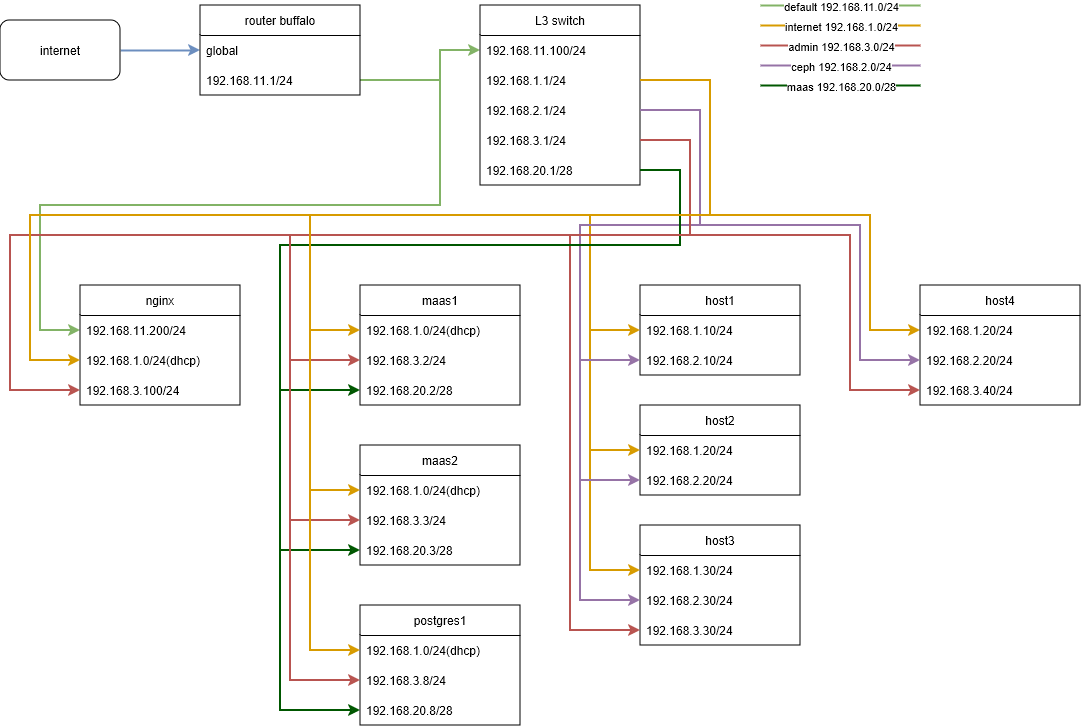
The draw.io diagram config/network.drawio.png in kigawa01/kigawa01, before a commit. Source tidied: cells renumbered, new cells last; positions are measured from the earlier drawing's top-left corner, leaving out a move shared by most shapes.
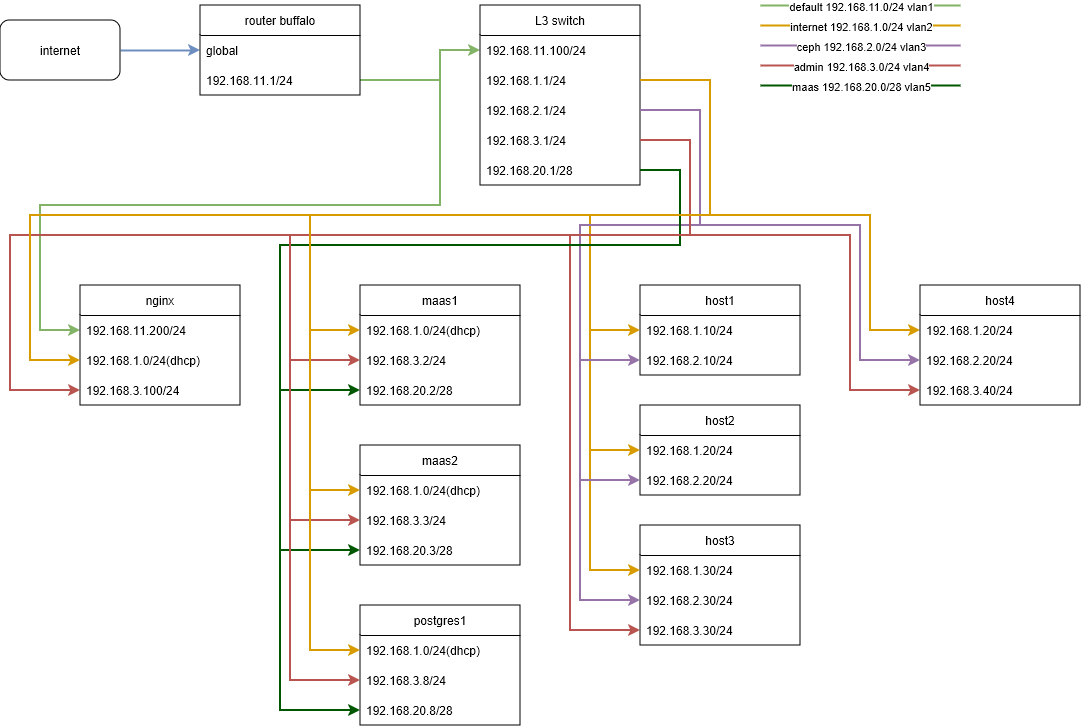
After the commit.

Commit message:
network.drawio.png を更新します

What changed in the source:
```diff
@@ -254,37 +254,37 @@
     <mxCell id="53" style="endArrow=none;html=1;rounded=0;fillColor=#d5e8d4;strokeColor=#82b366;strokeWidth=2;" parent="1" edge="1">
       <mxGeometry relative="1" as="geometry">
         <mxPoint x="760" as="sourcePoint" />
-        <mxPoint x="920" as="targetPoint" />
+        <mxPoint x="960" as="targetPoint" />
       </mxGeometry>
     </mxCell>
-    <mxCell id="54" value="default 192.168.11.0/24" style="edgeLabel;html=1;align=center;verticalAlign=middle;" parent="53" vertex="1">
+    <mxCell id="54" value="default 192.168.11.0/24 vlan1" style="edgeLabel;html=1;align=center;verticalAlign=middle;" parent="53" vertex="1">
       <mxGeometry y="-1" relative="1" as="geometry" />
     </mxCell>
     <mxCell id="55" style="endArrow=none;html=1;rounded=0;fillColor=#ffe6cc;strokeColor=#d79b00;strokeWidth=2;" parent="1" edge="1">
       <mxGeometry relative="1" as="geometry">
         <mxPoint x="760" y="20" as="sourcePoint" />
-        <mxPoint x="920" y="20" as="targetPoint" />
+        <mxPoint x="960" y="20" as="targetPoint" />
       </mxGeometry>
     </mxCell>
-    <mxCell id="56" value="internet 192.168.1.0/24" style="edgeLabel;html=1;align=center;verticalAlign=middle;" parent="55" vertex="1">
+    <mxCell id="56" value="internet 192.168.1.0/24 vlan2" style="edgeLabel;html=1;align=center;verticalAlign=middle;" parent="55" vertex="1">
       <mxGeometry y="-1" relative="1" as="geometry" />
     </mxCell>
     <mxCell id="57" style="endArrow=none;html=1;rounded=0;fillColor=#f8cecc;strokeColor=#b85450;strokeWidth=2;" parent="1" edge="1">
       <mxGeometry relative="1" as="geometry">
-        <mxPoint x="760" y="40" as="sourcePoint" />
-        <mxPoint x="920" y="40" as="targetPoint" />
+        <mxPoint x="760" y="60" as="sourcePoint" />
+        <mxPoint x="960" y="60" as="targetPoint" />
       </mxGeometry>
     </mxCell>
-    <mxCell id="58" value="admin 192.168.3.0/24" style="edgeLabel;html=1;align=center;verticalAlign=middle;" parent="57" vertex="1">
+    <mxCell id="58" value="admin 192.168.3.0/24 vlan4" style="edgeLabel;html=1;align=center;verticalAlign=middle;" parent="57" vertex="1">
       <mxGeometry y="-1" relative="1" as="geometry" />
     </mxCell>
     <mxCell id="59" style="endArrow=none;html=1;rounded=0;fillColor=#e1d5e7;strokeColor=#9673a6;strokeWidth=2;" parent="1" edge="1">
       <mxGeometry relative="1" as="geometry">
-        <mxPoint x="760" y="60" as="sourcePoint" />
-        <mxPoint x="920" y="60" as="targetPoint" />
+        <mxPoint x="760" y="40" as="sourcePoint" />
+        <mxPoint x="960" y="40" as="targetPoint" />
       </mxGeometry>
     </mxCell>
-    <mxCell id="60" value="ceph 192.168.2.0/24" style="edgeLabel;html=1;align=center;verticalAlign=middle;" parent="59" vertex="1">
+    <mxCell id="60" value="ceph 192.168.2.0/24 vlan3" style="edgeLabel;html=1;align=center;verticalAlign=middle;" parent="59" vertex="1">
       <mxGeometry y="-1" relative="1" as="geometry" />
     </mxCell>
     <mxCell id="61" style="edgeStyle=orthogonalEdgeStyle;rounded=0;jettySize=auto;html=1;exitX=1;exitY=0.5;exitDx=0;exitDy=0;entryX=0;entryY=0.5;entryDx=0;entryDy=0;fillColor=#f8cecc;strokeColor=#b85450;strokeWidth=2;" parent="1" edge="1" source="14" target="40">
@@ -330,10 +330,10 @@
     <mxCell id="65" style="endArrow=none;html=1;rounded=0;fillColor=#008a00;strokeColor=#005700;strokeWidth=2;" parent="1" edge="1">
       <mxGeometry relative="1" as="geometry">
         <mxPoint x="760" y="80" as="sourcePoint" />
-        <mxPoint x="920" y="80" as="targetPoint" />
+        <mxPoint x="960" y="80" as="targetPoint" />
       </mxGeometry>
     </mxCell>
-    <mxCell id="66" value="maas 192.168.20.0/28" style="edgeLabel;html=1;align=center;verticalAlign=middle;" parent="65" vertex="1">
+    <mxCell id="66" value="maas 192.168.20.0/28 vlan5" style="edgeLabel;html=1;align=center;verticalAlign=middle;" parent="65" vertex="1">
       <mxGeometry y="-1" relative="1" as="geometry" />
     </mxCell>
     <mxCell id="67" style="edgeStyle=orthogonalEdgeStyle;rounded=0;jettySize=auto;html=1;exitX=1;exitY=0.5;exitDx=0;exitDy=0;entryX=0;entryY=0.5;entryDx=0;entryDy=0;strokeWidth=2;fillColor=#008a00;strokeColor=#005700;" parent="1" edge="1" source="15" target="23">
```
